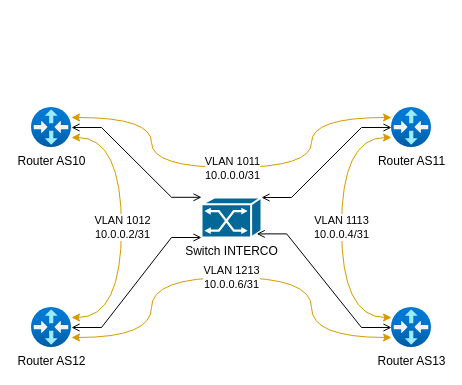
Before: page "Page-1" (1 of 3) of interco/Schema AS INTERCO.drawio in Hamzachouchenne/Projet_interco, a draw.io diagram. Source tidied: cells renumbered, new cells numbered last; positions are measured from the earlier drawing's top-left corner, leaving out a move shared by most shapes. Both pictures are drawn from the tidied source at 100%, with x=0, y=0 at pixel (31, 107).
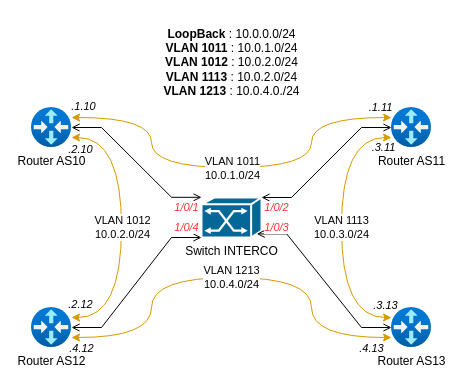
Above is the later version.

The change refers to these unchanged cells:
```xml
<mxCell id="2" style="edgeStyle=orthogonalEdgeStyle;curved=1;rounded=0;jettySize=auto;html=1;fillColor=#ffe6cc;strokeColor=#d79b00;startArrow=classic;startFill=1;" parent="1" edge="1" source="4" target="8">
  <mxGeometry relative="1" as="geometry">
    <Array as="points">
      <mxPoint x="90" y="30" />
      <mxPoint x="90" y="210" />
    </Array>
  </mxGeometry>
</mxCell>
<mxCell id="6" value="Router AS11" style="image;html=1;points=[];align=center;fontSize=12;image=img/lib/azure2/networking/Virtual_Router.svg;" parent="1" vertex="1">
  <mxGeometry x="360" width="40" height="40" as="geometry" />
</mxCell>
<mxCell id="8" value="Router AS12" style="image;html=1;points=[];align=center;fontSize=12;image=img/lib/azure2/networking/Virtual_Router.svg;" parent="1" vertex="1">
  <mxGeometry y="200" width="40" height="40" as="geometry" />
</mxCell>
<mxCell id="10" value="Router AS13" style="image;html=1;points=[];align=center;fontSize=12;image=img/lib/azure2/networking/Virtual_Router.svg;" parent="1" vertex="1">
  <mxGeometry x="360" y="200" width="40" height="40" as="geometry" />
</mxCell>
<mxCell id="15" style="edgeStyle=orthogonalEdgeStyle;curved=1;rounded=0;jettySize=auto;html=1;fillColor=#ffe6cc;strokeColor=#d79b00;startArrow=classic;startFill=1;" parent="1" edge="1" source="4" target="6">
  <mxGeometry relative="1" as="geometry">
    <Array as="points">
      <mxPoint x="120" y="10" />
      <mxPoint x="120" y="60" />
      <mxPoint x="280" y="60" />
      <mxPoint x="280" y="10" />
    </Array>
  </mxGeometry>
</mxCell>
```

Diff of the diagram source:
```diff
@@
-    <mxCell id="3" value="VLAN 1012&lt;div&gt;10.0.0.2/31&lt;/div&gt;" style="edgeLabel;html=1;align=center;verticalAlign=middle;" parent="2" vertex="1">
+    <mxCell id="3" value="VLAN 1012&lt;div&gt;10.0.2.0/24&lt;/div&gt;" style="edgeLabel;html=1;align=center;verticalAlign=middle;" parent="2" vertex="1">
       <mxGeometry x="-0.01" relative="1" as="geometry" />
     </mxCell>
@@
-    <mxCell id="7" value="VLAN 1213&lt;div&gt;10.0.0.6/31&lt;/div&gt;" style="edgeStyle=orthogonalEdgeStyle;curved=1;rounded=0;jettySize=auto;html=1;fillColor=#ffe6cc;strokeColor=#d79b00;startArrow=classic;startFill=1;" parent="1" edge="1" source="8" target="10">
+    <mxCell id="7" value="VLAN 1213&lt;div&gt;10.0.4.0/24&lt;/div&gt;" style="edgeStyle=orthogonalEdgeStyle;curved=1;rounded=0;jettySize=auto;html=1;fillColor=#ffe6cc;strokeColor=#d79b00;startArrow=classic;startFill=1;" parent="1" edge="1" source="8" target="10">
       <mxGeometry relative="1" as="geometry">
         <Array as="points">
           <mxPoint x="120" y="230" />
           <mxPoint x="120" y="170" />
           <mxPoint x="280" y="170" />
           <mxPoint x="280" y="230" />
         </Array>
       </mxGeometry>
     </mxCell>
+    <mxCell id="17" value=".4.12" style="edgeLabel;html=1;align=center;verticalAlign=middle;fontStyle=2;" parent="7" vertex="1">
+      <mxGeometry x="-0.9" y="2" relative="1" as="geometry">
+        <mxPoint x="-13" y="12" as="offset" />
+      </mxGeometry>
+    </mxCell>
@@
-    <mxCell id="9" value="VLAN 1113&lt;div&gt;10.0.0.4/31&lt;/div&gt;" style="edgeStyle=orthogonalEdgeStyle;curved=1;rounded=0;jettySize=auto;html=1;fillColor=#ffe6cc;strokeColor=#d79b00;startArrow=classic;startFill=1;" parent="1" edge="1" source="10" target="6">
+    <mxCell id="9" value="VLAN 1113&lt;div&gt;10.0.3.0/24&lt;/div&gt;" style="edgeStyle=orthogonalEdgeStyle;curved=1;rounded=0;jettySize=auto;html=1;fillColor=#ffe6cc;strokeColor=#d79b00;startArrow=classic;startFill=1;" parent="1" edge="1" source="10" target="6">
       <mxGeometry relative="1" as="geometry">
         <Array as="points">
           <mxPoint x="310" y="210" />
           <mxPoint x="310" y="30" />
         </Array>
       </mxGeometry>
     </mxCell>
@@
-    <mxCell id="16" value="VLAN 1011&lt;div&gt;10.0.0.0/31&lt;/div&gt;" style="edgeLabel;html=1;align=center;verticalAlign=middle;" parent="15" vertex="1">
+    <mxCell id="16" value="VLAN 1011&lt;div&gt;10.0.1.0/24&lt;/div&gt;" style="edgeLabel;html=1;align=center;verticalAlign=middle;" parent="15" vertex="1">
       <mxGeometry relative="1" as="geometry" />
     </mxCell>
+    <mxCell id="18" value=".4.13" style="edgeLabel;html=1;align=center;verticalAlign=middle;fontStyle=2;" parent="1" vertex="1">
+      <mxGeometry x="335" y="241" as="geometry">
+        <mxPoint x="4" y="-1" as="offset" />
+      </mxGeometry>
+    </mxCell>
+    <mxCell id="19" value=".3.13" style="edgeLabel;html=1;align=center;verticalAlign=middle;fontStyle=2;" parent="1" vertex="1">
+      <mxGeometry x="349" y="198" as="geometry">
+        <mxPoint x="4" y="-1" as="offset" />
+      </mxGeometry>
+    </mxCell>
+    <mxCell id="20" value=".3.11" style="edgeLabel;html=1;align=center;verticalAlign=middle;fontStyle=2;" parent="1" vertex="1">
+      <mxGeometry x="347" y="40" as="geometry">
+        <mxPoint x="4" y="-1" as="offset" />
+      </mxGeometry>
+    </mxCell>
+    <mxCell id="21" value=".1.11" style="edgeLabel;html=1;align=center;verticalAlign=middle;fontStyle=2;" parent="1" vertex="1">
+      <mxGeometry x="344" as="geometry">
+        <mxPoint x="4" y="-1" as="offset" />
+      </mxGeometry>
+    </mxCell>
+    <mxCell id="22" value=".1.10" style="edgeLabel;html=1;align=center;verticalAlign=middle;fontStyle=2;" parent="1" vertex="1">
+      <mxGeometry x="47" y="-1" as="geometry">
+        <mxPoint x="4" y="-1" as="offset" />
+      </mxGeometry>
+    </mxCell>
+    <mxCell id="23" value=".2.10" style="edgeLabel;html=1;align=center;verticalAlign=middle;fontStyle=2;" parent="1" vertex="1">
+      <mxGeometry x="44" y="42" as="geometry">
+        <mxPoint x="4" y="-1" as="offset" />
+      </mxGeometry>
+    </mxCell>
+    <mxCell id="24" value=".2.12" style="edgeLabel;html=1;align=center;verticalAlign=middle;fontStyle=2;" parent="1" vertex="1">
+      <mxGeometry x="44" y="197" as="geometry">
+        <mxPoint x="4" y="-1" as="offset" />
+      </mxGeometry>
+    </mxCell>
+    <mxCell id="25" value="&lt;span style=&quot;color: rgb(255, 51, 51);&quot;&gt;1/0/1&lt;/span&gt;" style="edgeLabel;html=1;align=center;verticalAlign=middle;fontStyle=2;" parent="1" vertex="1">
+      <mxGeometry x="150" y="100" as="geometry">
+        <mxPoint x="4" y="-1" as="offset" />
+      </mxGeometry>
+    </mxCell>
+    <mxCell id="26" value="&lt;span style=&quot;color: rgb(255, 51, 51);&quot;&gt;1/0/4&lt;/span&gt;" style="edgeLabel;html=1;align=center;verticalAlign=middle;fontStyle=2;" parent="1" vertex="1">
+      <mxGeometry x="150" y="120" as="geometry">
+        <mxPoint x="4" y="-1" as="offset" />
+      </mxGeometry>
+    </mxCell>
+    <mxCell id="27" value="&lt;span style=&quot;color: rgb(255, 51, 51);&quot;&gt;1/0/3&lt;/span&gt;" style="edgeLabel;html=1;align=center;verticalAlign=middle;fontStyle=2;" parent="1" vertex="1">
+      <mxGeometry x="240" y="120" as="geometry">
+        <mxPoint x="4" y="-1" as="offset" />
+      </mxGeometry>
+    </mxCell>
+    <mxCell id="28" value="&lt;span style=&quot;color: rgb(255, 51, 51);&quot;&gt;1/0/2&lt;/span&gt;" style="edgeLabel;html=1;align=center;verticalAlign=middle;fontStyle=2;" parent="1" vertex="1">
+      <mxGeometry x="240" y="100" as="geometry">
+        <mxPoint x="4" y="-1" as="offset" />
+      </mxGeometry>
+    </mxCell>
+    <mxCell id="29" value="&lt;b&gt;LoopBack&lt;/b&gt; : 10.0.0.0/24&lt;div&gt;&lt;b&gt;VLAN 1011&lt;/b&gt; : 10.0.1.0/24&lt;/div&gt;&lt;div&gt;&lt;b&gt;VLAN 1012&lt;/b&gt; : 10.0.2.0/24&lt;/div&gt;&lt;div&gt;&lt;b&gt;VLAN 1113&lt;/b&gt; : 10.0.2.0/24&lt;/div&gt;&lt;div&gt;&lt;b&gt;VLAN 1213&lt;/b&gt; : 10.0.4.0./24&lt;/div&gt;" style="text;html=1;align=center;verticalAlign=middle;strokeColor=none;fillColor=none;" parent="1" vertex="1">
+      <mxGeometry x="120" y="-90" width="160" height="90" as="geometry" />
+    </mxCell>
```
